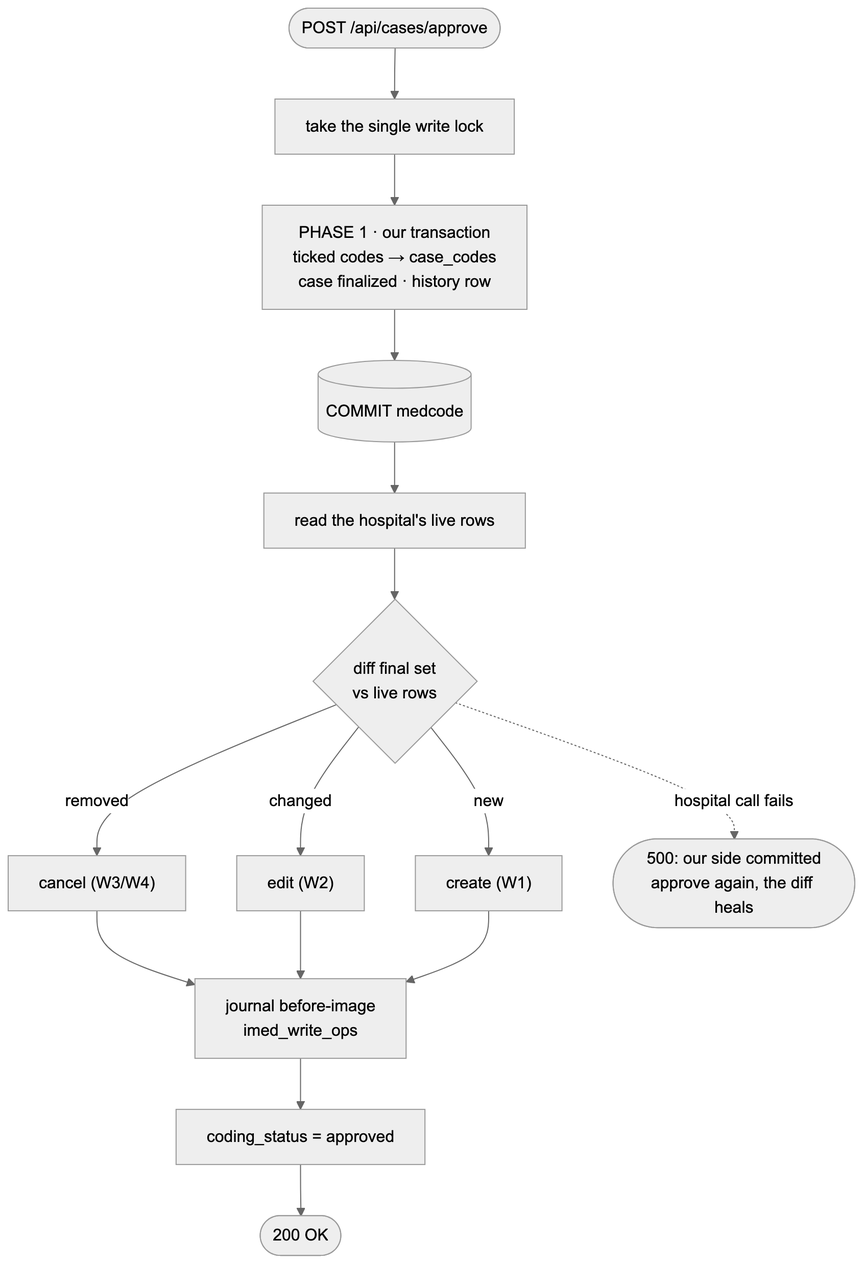
suvarna-stack/cura-ai keeps this Mermaid diagram as report/figures/fig-4-1-approve.png. Above is the earlier version. Its source is kept beside it as report/figures/fig-4-1-approve.mmd. Its diagram source:
```mermaid
flowchart TD
  start(["POST /api/cases/approve"]) --> lock["take the single write lock"]
  lock --> p1["PHASE 1 · our transaction<br/>ticked codes → case_codes<br/>case finalized · history row"]
  p1 --> commit[("COMMIT medcode")]
  commit --> live["read the hospital's live rows"]
  live --> diff{"diff final set<br/>vs live rows"}
  diff -->|removed| del["cancel (W3/W4)"]
  diff -->|changed| put["edit (W2)"]
  diff -->|new| post["create (W1)"]
  del --> j["journal before-image<br/>imed_write_ops"]
  put --> j
  post --> j
  j --> st["coding_status = approved"]
  st --> done(["200 OK"])
  diff -.->|"hospital call fails"| err(["500: our side committed<br/>approve again, the diff heals"])
```
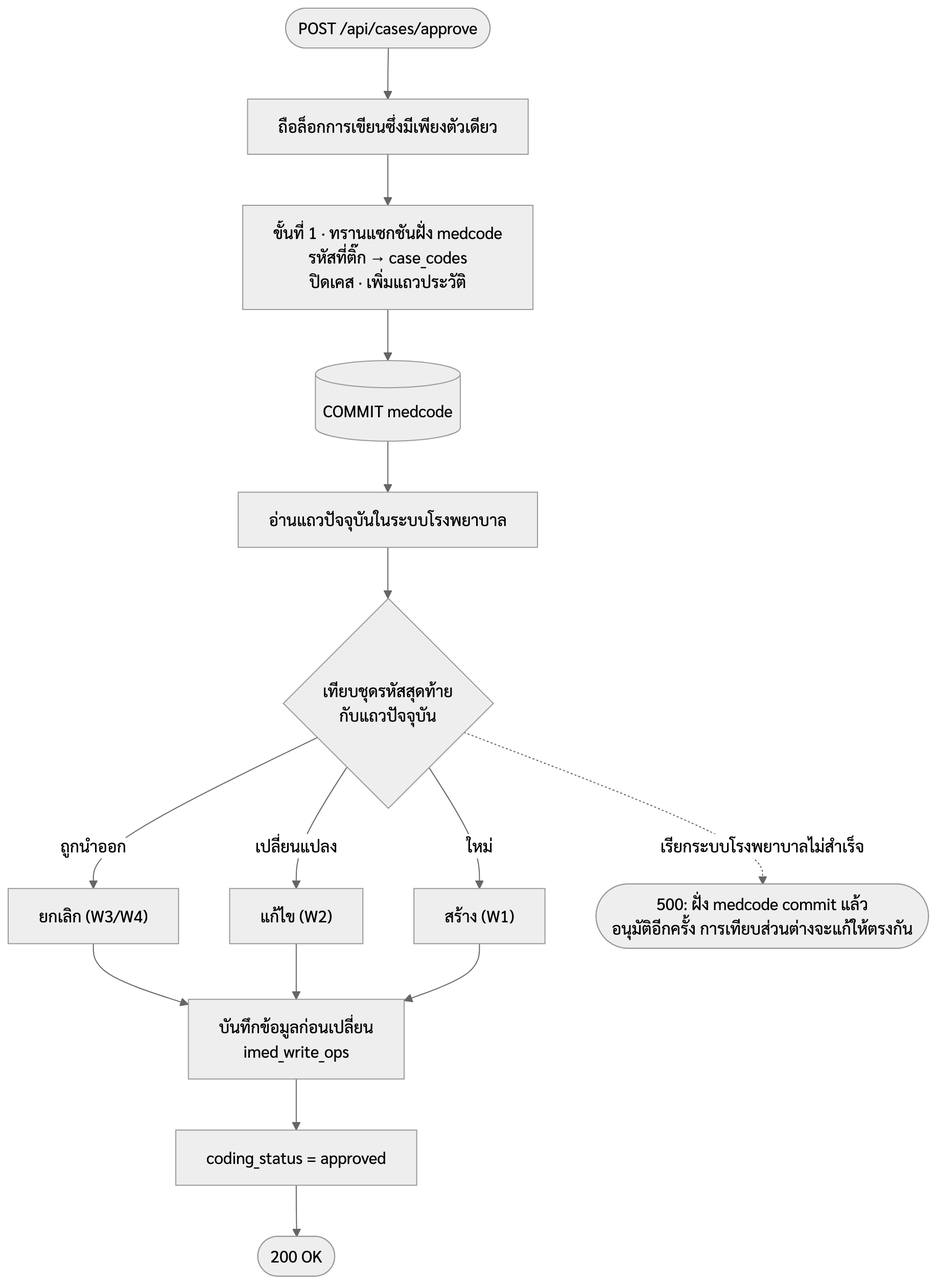
Above is the later version.

Diff of the diagram source:
```diff
@@ -1,15 +1,15 @@
 flowchart TD
-  start(["POST /api/cases/approve"]) --> lock["take the single write lock"]
-  lock --> p1["PHASE 1 · our transaction<br/>ticked codes → case_codes<br/>case finalized · history row"]
+  start(["POST /api/cases/approve"]) --> lock["ถือล็อกการเขียนซึ่งมีเพียงตัวเดียว"]
+  lock --> p1["ขั้นที่ 1 · ทรานแซกชันฝั่ง medcode<br/>รหัสที่ติ๊ก → case_codes<br/>ปิดเคส · เพิ่มแถวประวัติ"]
   p1 --> commit[("COMMIT medcode")]
-  commit --> live["read the hospital's live rows"]
-  live --> diff{"diff final set<br/>vs live rows"}
-  diff -->|removed| del["cancel (W3/W4)"]
-  diff -->|changed| put["edit (W2)"]
-  diff -->|new| post["create (W1)"]
-  del --> j["journal before-image<br/>imed_write_ops"]
+  commit --> live["อ่านแถวปัจจุบันในระบบโรงพยาบาล"]
+  live --> diff{"เทียบชุดรหัสสุดท้าย<br/>กับแถวปัจจุบัน"}
+  diff -->|"ถูกนำออก"| del["ยกเลิก (W3/W4)"]
+  diff -->|"เปลี่ยนแปลง"| put["แก้ไข (W2)"]
+  diff -->|"ใหม่"| post["สร้าง (W1)"]
+  del --> j["บันทึกข้อมูลก่อนเปลี่ยน<br/>imed_write_ops"]
   put --> j
   post --> j
   j --> st["coding_status = approved"]
   st --> done(["200 OK"])
-  diff -.->|"hospital call fails"| err(["500: our side committed<br/>approve again, the diff heals"])
+  diff -.->|"เรียกระบบโรงพยาบาลไม่สำเร็จ"| err(["500: ฝั่ง medcode commit แล้ว<br/>อนุมัติอีกครั้ง การเทียบส่วนต่างจะแก้ให้ตรงกัน"])
```
